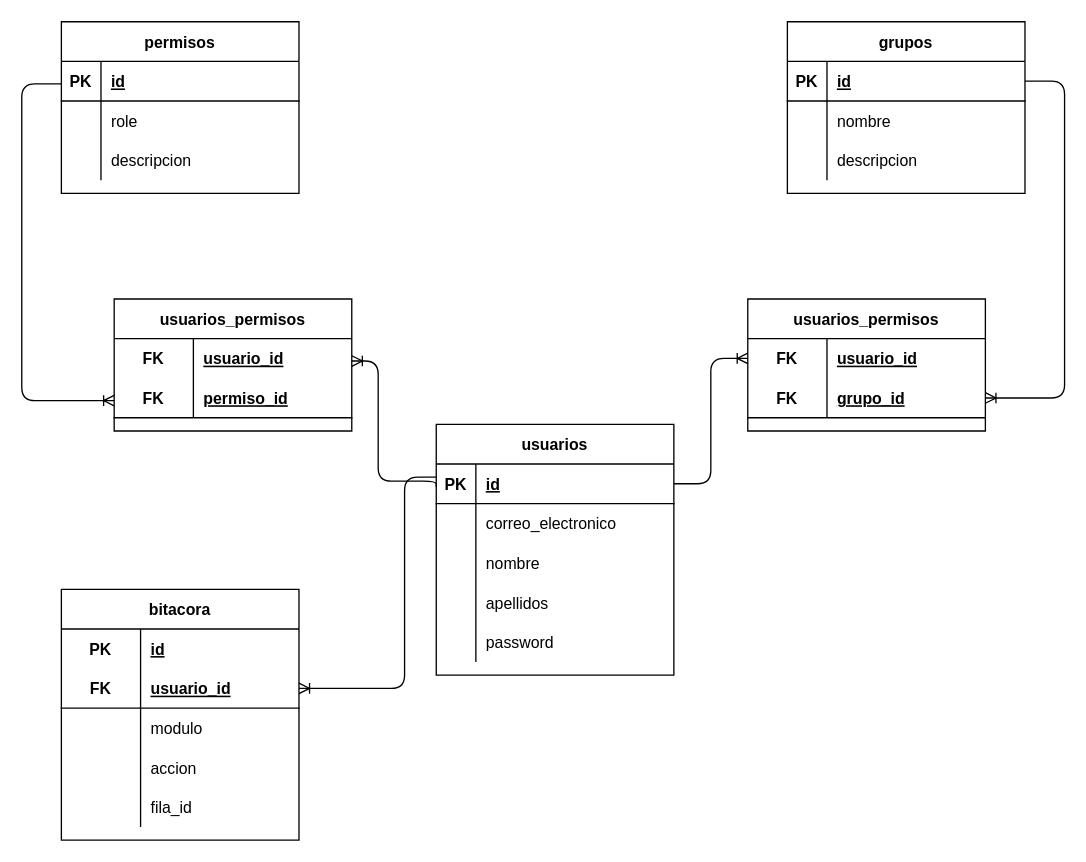
Earlier version of the draw.io diagram control-seguridad/control-seguridad.drawio (Carlos-Angel/database-biblioteca). Source tidied: cells renumbered, new cells numbered last; positions are measured from the earlier drawing's top-left corner, leaving out a move shared by most shapes. Both pictures are drawn from the tidied source at 132%, with x=0, y=0 at pixel (21, 21).
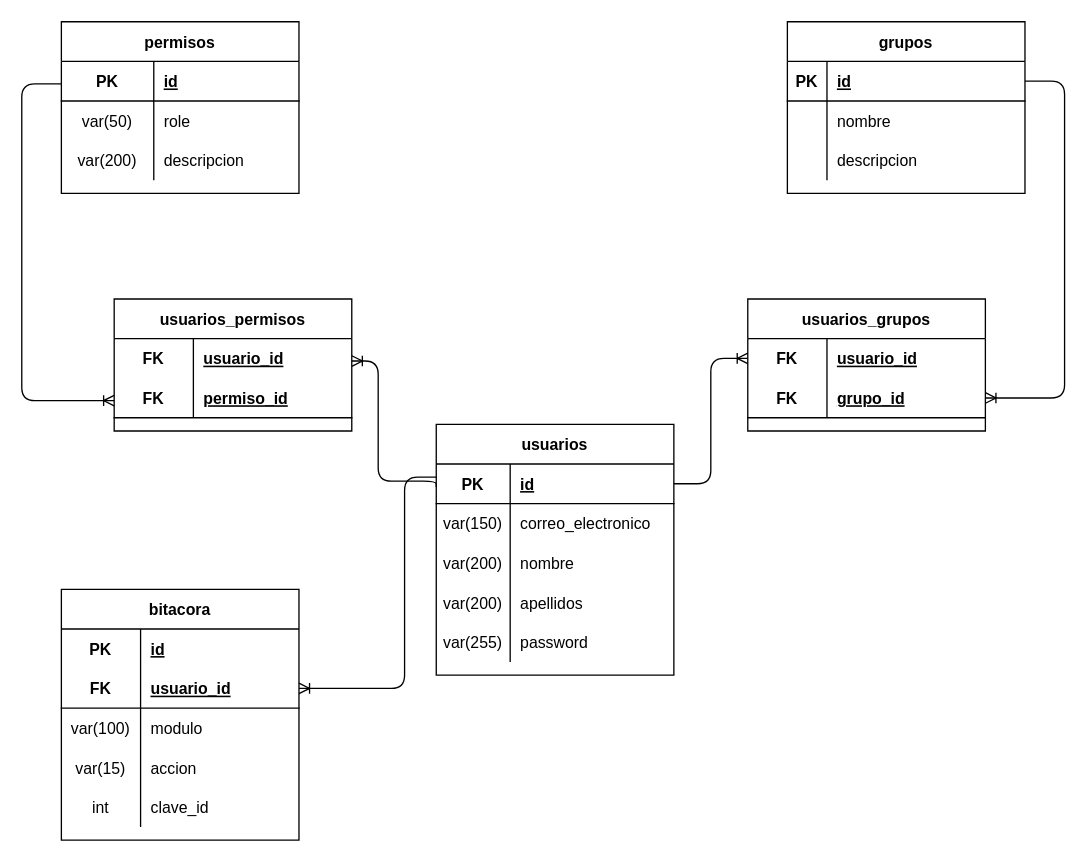
Above is the later version.

Commit message:
refactor(control-seguridad): definición de atributos de las tablas del esquema control-seguridad

Unchanged cells that the change refers to:
```xml
<mxCell id="3" style="shape=partialRectangle;fillColor=none;top=0;left=0;bottom=1;right=0;points=[[0,0.5],[1,0.5]];portConstraint=eastwest;" parent="2" vertex="1">
  <mxGeometry y="30" width="180" height="30" as="geometry" />
</mxCell>
<mxCell id="6" style="shape=partialRectangle;fillColor=none;top=0;left=0;bottom=0;right=0;" parent="2" vertex="1">
  <mxGeometry y="60" width="180" height="30" as="geometry" />
</mxCell>
<mxCell id="9" style="shape=partialRectangle;fillColor=none;top=0;left=0;bottom=0;right=0;" parent="2" vertex="1">
  <mxGeometry y="90" width="180" height="30" as="geometry" />
</mxCell>
<mxCell id="12" style="shape=partialRectangle;fillColor=none;top=0;left=0;bottom=0;right=0;" parent="2" vertex="1">
  <mxGeometry y="120" width="180" height="30" as="geometry" />
</mxCell>
<mxCell id="15" style="shape=partialRectangle;fillColor=none;top=0;left=0;bottom=0;right=0;" parent="2" vertex="1">
  <mxGeometry y="150" width="180" height="30" as="geometry" />
</mxCell>
<mxCell id="19" style="shape=partialRectangle;fillColor=none;top=0;left=0;bottom=1;right=0;" parent="18" vertex="1">
  <mxGeometry y="30" width="180" height="30" as="geometry" />
</mxCell>
<mxCell id="22" style="shape=partialRectangle;fillColor=none;top=0;left=0;bottom=0;right=0;" parent="18" vertex="1">
  <mxGeometry y="60" width="180" height="30" as="geometry" />
</mxCell>
<mxCell id="25" style="shape=partialRectangle;fillColor=none;top=0;left=0;bottom=0;right=0;" parent="18" vertex="1">
  <mxGeometry y="90" width="180" height="30" as="geometry" />
</mxCell>
<mxCell id="63" style="shape=partialRectangle;fillColor=none;top=0;left=0;bottom=0;right=0;" parent="56" vertex="1">
  <mxGeometry y="90" width="180" height="30" as="geometry" />
</mxCell>
<mxCell id="66" style="shape=partialRectangle;fillColor=none;top=0;left=0;bottom=0;right=0;" parent="56" vertex="1">
  <mxGeometry y="120" width="180" height="30" as="geometry" />
</mxCell>
<mxCell id="69" style="shape=partialRectangle;fillColor=none;top=0;left=0;bottom=0;right=0;" parent="56" vertex="1">
  <mxGeometry y="150" width="180" height="30" as="geometry" />
</mxCell>
```

What changed in the source:
```diff
@@
     <mxCell id="4" value="PK" style="shape=partialRectangle;fillColor=none;top=0;left=0;bottom=0;right=0;fontStyle=1;overflow=hidden;" parent="3" vertex="1">
-      <mxGeometry width="30" height="30" as="geometry" />
+      <mxGeometry width="56" height="30" as="geometry" />
     </mxCell>
     <mxCell id="5" value="id" style="shape=partialRectangle;fillColor=none;top=0;left=0;bottom=0;right=0;align=left;spacingLeft=6;fontStyle=5;overflow=hidden;" parent="3" vertex="1">
-      <mxGeometry x="30" width="150" height="30" as="geometry" />
+      <mxGeometry x="56" width="124" height="30" as="geometry" />
     </mxCell>
@@
-    <mxCell id="7" style="shape=partialRectangle;fillColor=none;top=0;left=0;bottom=0;right=0;overflow=hidden;" parent="6" vertex="1">
-      <mxGeometry width="30" height="30" as="geometry" />
+    <mxCell id="7" value="var(150)" style="shape=partialRectangle;fillColor=none;top=0;left=0;bottom=0;right=0;overflow=hidden;" parent="6" vertex="1">
+      <mxGeometry width="56" height="30" as="geometry" />
     </mxCell>
     <mxCell id="8" value="correo_electronico" style="shape=partialRectangle;fillColor=none;top=0;left=0;bottom=0;right=0;align=left;spacingLeft=6;overflow=hidden;" parent="6" vertex="1">
-      <mxGeometry x="30" width="150" height="30" as="geometry" />
+      <mxGeometry x="56" width="124" height="30" as="geometry" />
     </mxCell>
@@
-    <mxCell id="10" style="shape=partialRectangle;fillColor=none;top=0;left=0;bottom=0;right=0;overflow=hidden;" parent="9" vertex="1">
-      <mxGeometry width="30" height="30" as="geometry" />
+    <mxCell id="10" value="var(200)" style="shape=partialRectangle;fillColor=none;top=0;left=0;bottom=0;right=0;overflow=hidden;" parent="9" vertex="1">
+      <mxGeometry width="56" height="30" as="geometry" />
     </mxCell>
     <mxCell id="11" value="nombre" style="shape=partialRectangle;fillColor=none;top=0;left=0;bottom=0;right=0;align=left;spacingLeft=6;overflow=hidden;" parent="9" vertex="1">
-      <mxGeometry x="30" width="150" height="30" as="geometry" />
+      <mxGeometry x="56" width="124" height="30" as="geometry" />
     </mxCell>
@@
-    <mxCell id="13" style="shape=partialRectangle;fillColor=none;top=0;left=0;bottom=0;right=0;overflow=hidden;" parent="12" vertex="1">
-      <mxGeometry width="30" height="30" as="geometry" />
+    <mxCell id="13" value="var(200)" style="shape=partialRectangle;fillColor=none;top=0;left=0;bottom=0;right=0;overflow=hidden;" parent="12" vertex="1">
+      <mxGeometry width="56" height="30" as="geometry" />
     </mxCell>
     <mxCell id="14" value="apellidos" style="shape=partialRectangle;fillColor=none;top=0;left=0;bottom=0;right=0;align=left;spacingLeft=6;overflow=hidden;" parent="12" vertex="1">
-      <mxGeometry x="30" width="150" height="30" as="geometry" />
+      <mxGeometry x="56" width="124" height="30" as="geometry" />
     </mxCell>
@@
-    <mxCell id="16" style="shape=partialRectangle;fillColor=none;top=0;left=0;bottom=0;right=0;overflow=hidden;" parent="15" vertex="1">
-      <mxGeometry width="30" height="30" as="geometry" />
+    <mxCell id="16" value="var(255)" style="shape=partialRectangle;fillColor=none;top=0;left=0;bottom=0;right=0;overflow=hidden;" parent="15" vertex="1">
+      <mxGeometry width="56" height="30" as="geometry" />
     </mxCell>
     <mxCell id="17" value="password" style="shape=partialRectangle;fillColor=none;top=0;left=0;bottom=0;right=0;align=left;spacingLeft=6;overflow=hidden;" parent="15" vertex="1">
-      <mxGeometry x="30" width="150" height="30" as="geometry" />
+      <mxGeometry x="56" width="124" height="30" as="geometry" />
     </mxCell>
@@
     <mxCell id="20" value="PK" style="shape=partialRectangle;fillColor=none;top=0;left=0;bottom=0;right=0;fontStyle=1;overflow=hidden;" parent="19" vertex="1">
-      <mxGeometry width="30" height="30" as="geometry" />
+      <mxGeometry width="70" height="30" as="geometry" />
     </mxCell>
     <mxCell id="21" value="id" style="shape=partialRectangle;fillColor=none;top=0;left=0;bottom=0;right=0;align=left;spacingLeft=6;fontStyle=5;overflow=hidden;" parent="19" vertex="1">
-      <mxGeometry x="30" width="150" height="30" as="geometry" />
+      <mxGeometry x="70" width="110" height="30" as="geometry" />
     </mxCell>
@@
-    <mxCell id="23" style="shape=partialRectangle;fillColor=none;top=0;left=0;bottom=0;right=0;overflow=hidden;" parent="22" vertex="1">
-      <mxGeometry width="30" height="30" as="geometry" />
+    <mxCell id="23" value="var(50)" style="shape=partialRectangle;fillColor=none;top=0;left=0;bottom=0;right=0;overflow=hidden;" parent="22" vertex="1">
+      <mxGeometry width="70" height="30" as="geometry" />
     </mxCell>
     <mxCell id="24" value="role" style="shape=partialRectangle;fillColor=none;top=0;left=0;bottom=0;right=0;align=left;spacingLeft=6;overflow=hidden;" parent="22" vertex="1">
-      <mxGeometry x="30" width="150" height="30" as="geometry" />
+      <mxGeometry x="70" width="110" height="30" as="geometry" />
     </mxCell>
@@
-    <mxCell id="26" style="shape=partialRectangle;fillColor=none;top=0;left=0;bottom=0;right=0;overflow=hidden;" parent="25" vertex="1">
-      <mxGeometry width="30" height="30" as="geometry" />
+    <mxCell id="26" value="var(200)" style="shape=partialRectangle;fillColor=none;top=0;left=0;bottom=0;right=0;overflow=hidden;" parent="25" vertex="1">
+      <mxGeometry width="70" height="30" as="geometry" />
     </mxCell>
     <mxCell id="27" value="descripcion" style="shape=partialRectangle;fillColor=none;top=0;left=0;bottom=0;right=0;align=left;spacingLeft=6;overflow=hidden;" parent="25" vertex="1">
-      <mxGeometry x="30" width="150" height="30" as="geometry" />
+      <mxGeometry x="70" width="110" height="30" as="geometry" />
     </mxCell>
@@
-    <mxCell id="45" value="usuarios_permisos" style="shape=table;startSize=30;childLayout=tableLayout;rowLines=0;fontStyle=1;align=center;" parent="1" vertex="1">
+    <mxCell id="45" value="usuarios_grupos" style="shape=table;startSize=30;childLayout=tableLayout;rowLines=0;fontStyle=1;align=center;" parent="1" vertex="1">
       <mxGeometry x="550" y="210" width="180" height="100" as="geometry" />
     </mxCell>
@@
-    <mxCell id="64" style="shape=partialRectangle;fillColor=none;top=0;left=0;bottom=0;right=0;overflow=hidden;" parent="63" vertex="1">
+    <mxCell id="64" value="var(100)" style="shape=partialRectangle;fillColor=none;top=0;left=0;bottom=0;right=0;overflow=hidden;" parent="63" vertex="1">
       <mxGeometry width="60" height="30" as="geometry" />
     </mxCell>
@@
-    <mxCell id="67" style="shape=partialRectangle;fillColor=none;top=0;left=0;bottom=0;right=0;overflow=hidden;" parent="66" vertex="1">
+    <mxCell id="67" value="var(15)" style="shape=partialRectangle;fillColor=none;top=0;left=0;bottom=0;right=0;overflow=hidden;" parent="66" vertex="1">
       <mxGeometry width="60" height="30" as="geometry" />
     </mxCell>
@@
-    <mxCell id="70" style="shape=partialRectangle;fillColor=none;top=0;left=0;bottom=0;right=0;overflow=hidden;" parent="69" vertex="1">
+    <mxCell id="70" value="int" style="shape=partialRectangle;fillColor=none;top=0;left=0;bottom=0;right=0;overflow=hidden;" parent="69" vertex="1">
       <mxGeometry width="60" height="30" as="geometry" />
     </mxCell>
-    <mxCell id="71" value="fila_id" style="shape=partialRectangle;fillColor=none;top=0;left=0;bottom=0;right=0;align=left;spacingLeft=6;overflow=hidden;" parent="69" vertex="1">
+    <mxCell id="71" value="clave_id" style="shape=partialRectangle;fillColor=none;top=0;left=0;bottom=0;right=0;align=left;spacingLeft=6;overflow=hidden;" parent="69" vertex="1">
       <mxGeometry x="60" width="120" height="30" as="geometry" />
     </mxCell>
```
